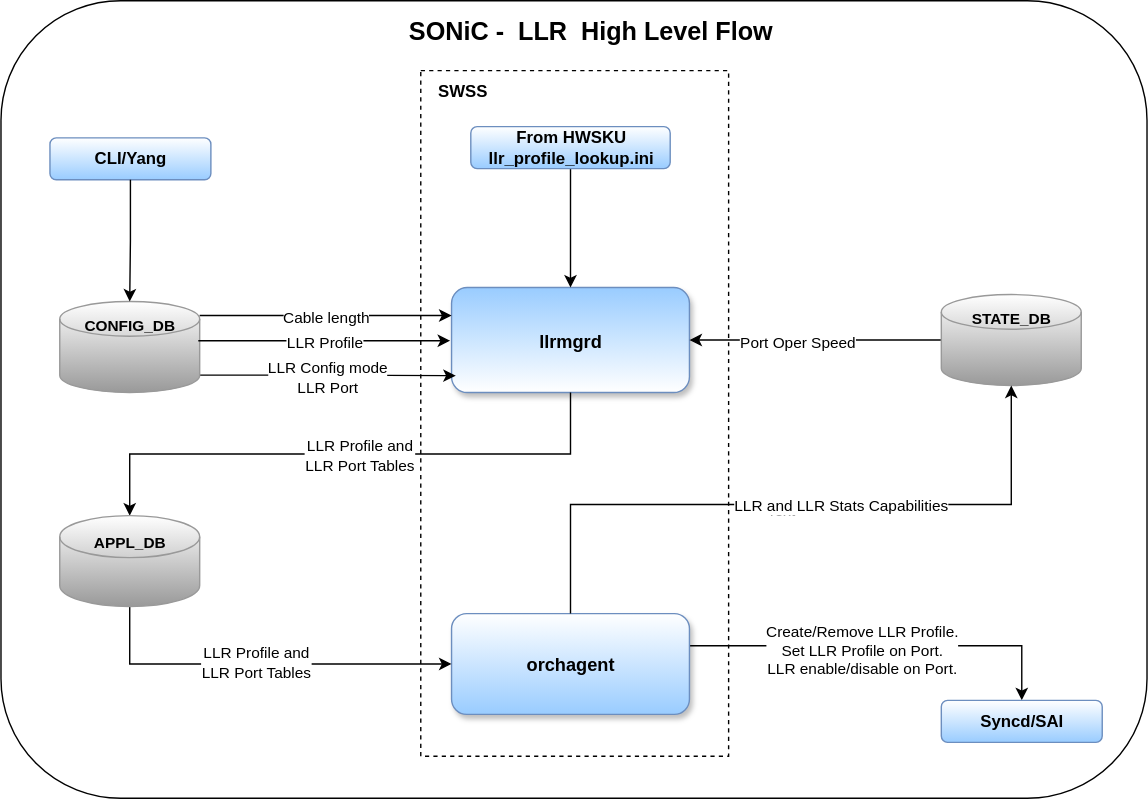
Earlier version of the draw.io export doc/llr/images/llr_high_level_flow.svg (sonic-net/SONiC). Source tidied: cells renumbered, new cells last; positions are measured from the earlier drawing's top-left corner, leaving out a move shared by most shapes.
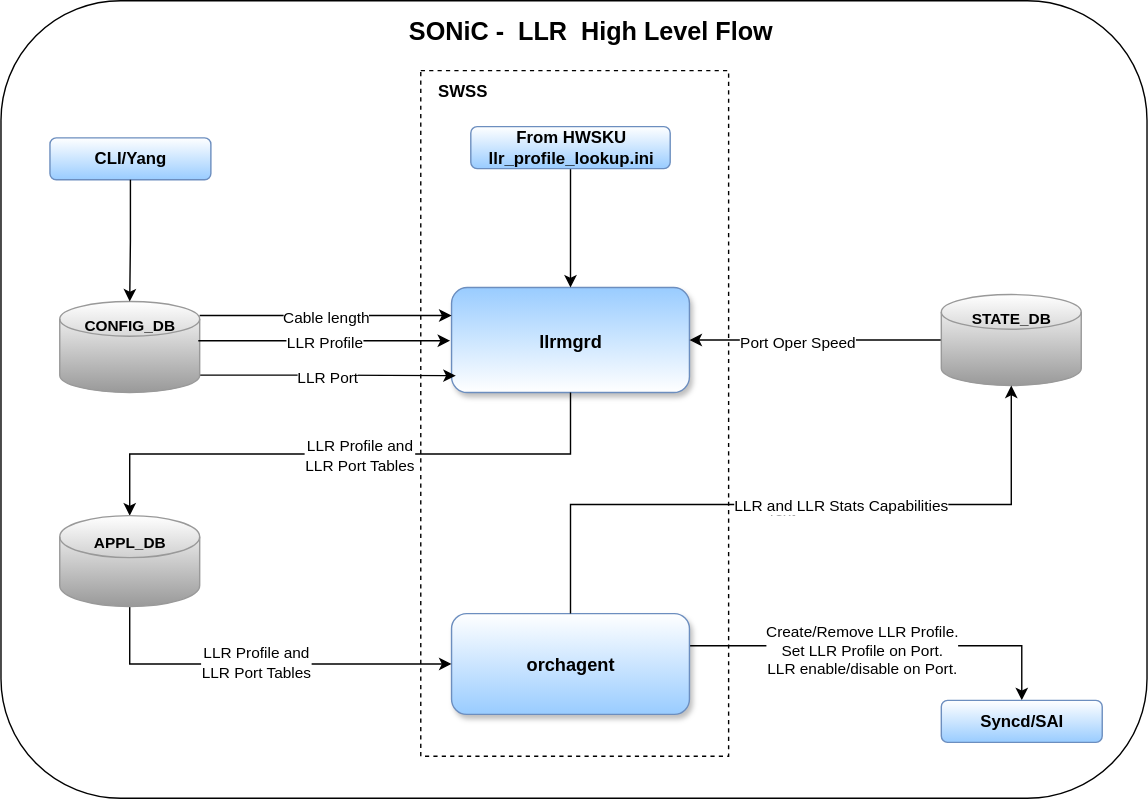
Above is the later version.

The edit, as a diff of the source:
```diff
@@ -46,7 +46,7 @@
     <mxCell id="14" style="edgeStyle=orthogonalEdgeStyle;rounded=0;jettySize=auto;html=1;exitX=1;exitY=1;exitDx=0;exitDy=-12.399993896484375;exitPerimeter=0;entryX=0.982;entryY=0.16;entryDx=0;entryDy=0;entryPerimeter=0;" parent="1" edge="1" source="16" target="4">
       <mxGeometry relative="1" as="geometry" />
     </mxCell>
-    <mxCell id="15" value="LLR Config mode&lt;br&gt;LLR Port" style="edgeLabel;html=1;align=center;verticalAlign=middle;" parent="14" vertex="1">
+    <mxCell id="15" value="LLR Port" style="edgeLabel;html=1;align=center;verticalAlign=middle;" parent="14" vertex="1">
       <mxGeometry x="-0.03" y="-1" relative="1" as="geometry" />
     </mxCell>
     <mxCell id="16" value="&lt;font&gt;&lt;b style=&quot;&quot;&gt;CONFIG_DB&lt;/b&gt;&lt;/font&gt;&lt;div&gt;&lt;font&gt;&lt;b&gt;&lt;br&gt;&lt;/b&gt;&lt;/font&gt;&lt;/div&gt;&lt;div&gt;&lt;font&gt;&lt;b&gt;&lt;br&gt;&lt;/b&gt;&lt;/font&gt;&lt;/div&gt;&lt;div&gt;&lt;font&gt;&lt;b&gt;&lt;br&gt;&lt;/b&gt;&lt;/font&gt;&lt;/div&gt;&lt;div&gt;&lt;br&gt;&lt;/div&gt;" style="shape=cylinder3;whiteSpace=wrap;html=1;boundedLbl=1;backgroundOutline=1;size=12.399993896484375;fillColor=#FFFFFF;strokeColor=#999999;fontSize=11;gradientColor=#999999;" parent="1" vertex="1">
```
